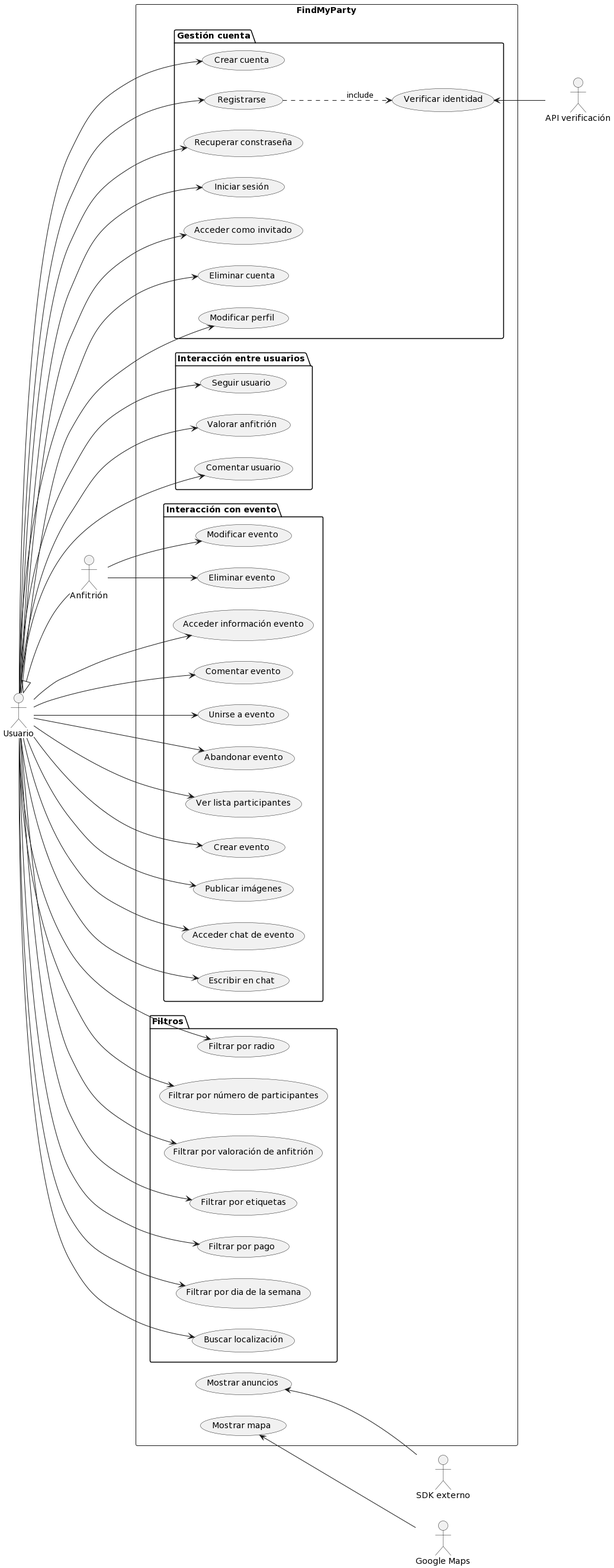
This is backend/Diagramas/Diagrama casos de uso.png from prieetoo/FindMyParty, a PlantUML export, as it was before one commit.
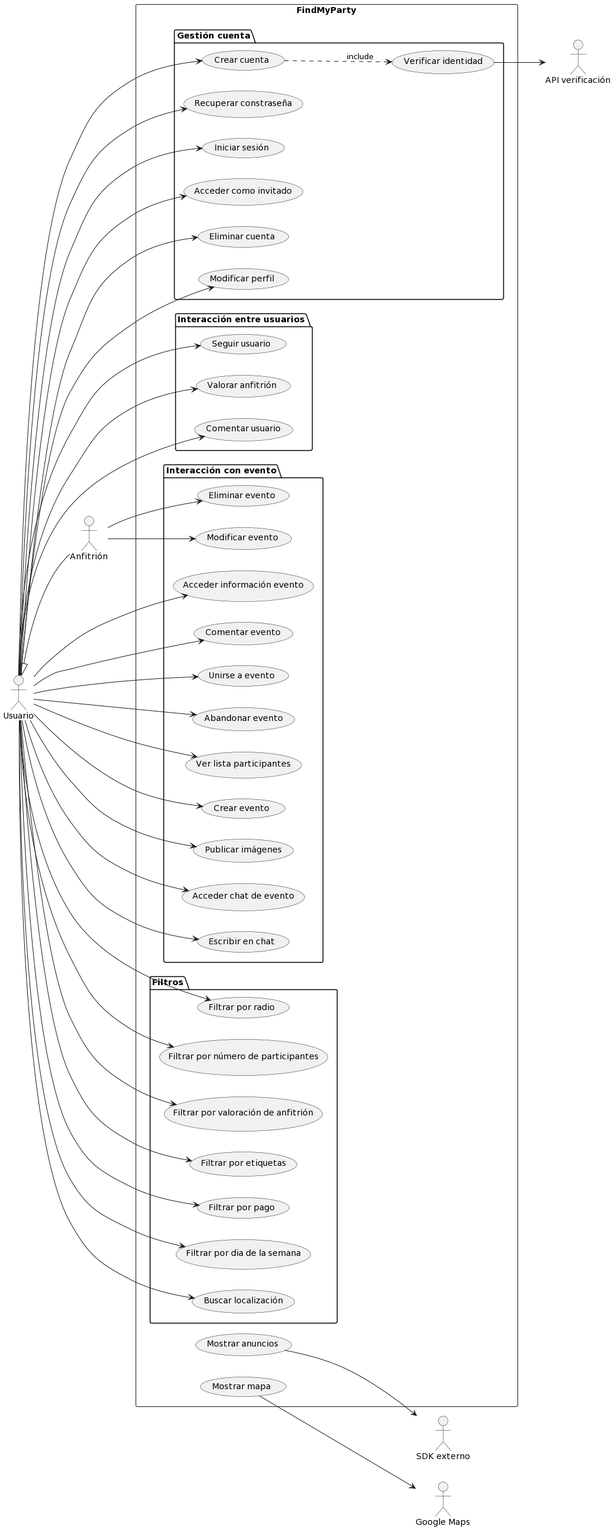
The same diagram one commit later.

Commit message:
Diagramas casos de uso y clases

Change to the diagram source:
```diff
@@ -10,7 +10,6 @@
 rectangle FindMyParty {
   package "Gestión cuenta" {
     usecase "Crear cuenta" as UC1
-    usecase "Registrarse" as UC2
     usecase "Recuperar constraseña" as UC3
     usecase "Iniciar sesión" as UC4
     usecase "Acceder como invitado" as UC5
@@ -53,10 +52,9 @@
   usecase "Mostrar anuncios" as UC31
 }
 
-UC2 ..> UC8 : include
+UC1 ..> UC8 : include
 
 U ---> UC1
-U ---> UC2
 U ---> UC3
 U ---> UC4
 U ---> UC5
@@ -84,7 +82,7 @@
 U ---> UC28
 U ---> UC29
 
-APIV -up-> UC8
-GM -up-> UC30
-SDK -up-> UC31
+APIV <-up- UC8
+GM <-up- UC30
+SDK <-up- UC31
 @enduml
```
